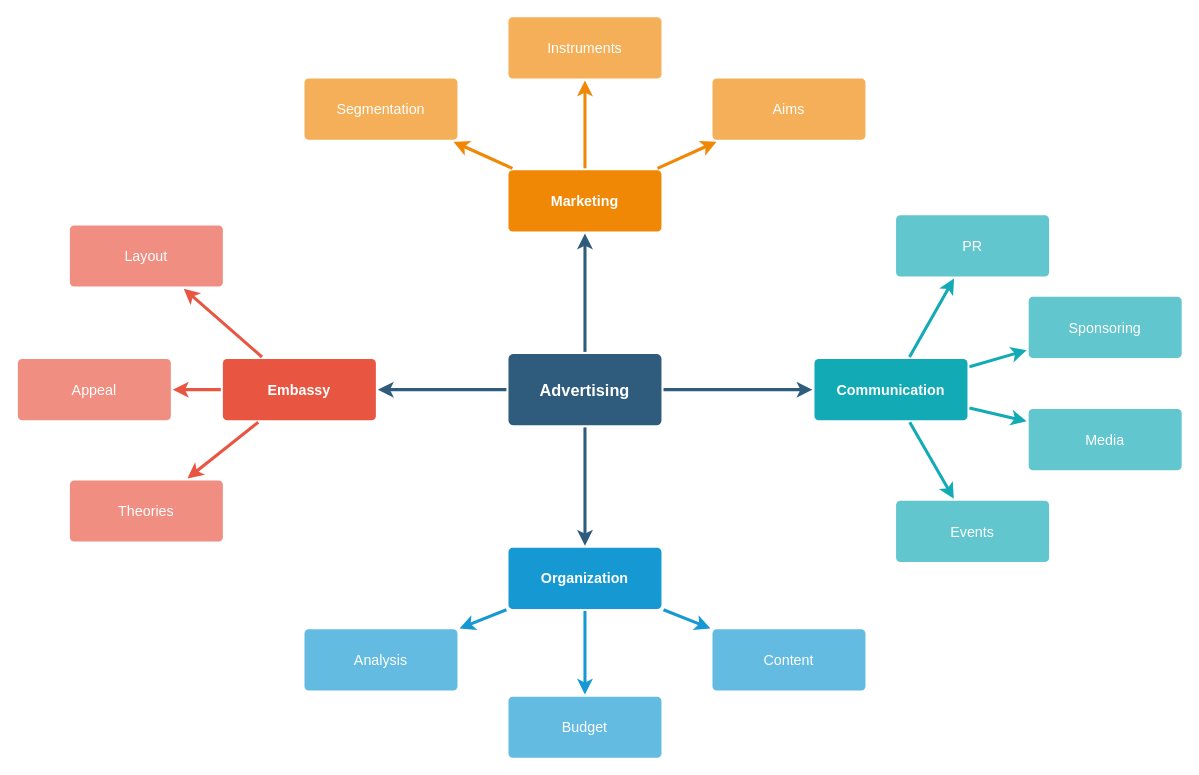
Above: Untitled Diagram.drawio in pornananMobil/Userservice-diagram (draw.io), before the change. Source tidied: cells renumbered, new cells numbered last; positions are measured from the earlier drawing's top-left corner, leaving out a move shared by most shapes. Both pictures are drawn from the tidied source at 102%, with x=0, y=0 at pixel (17, 16).
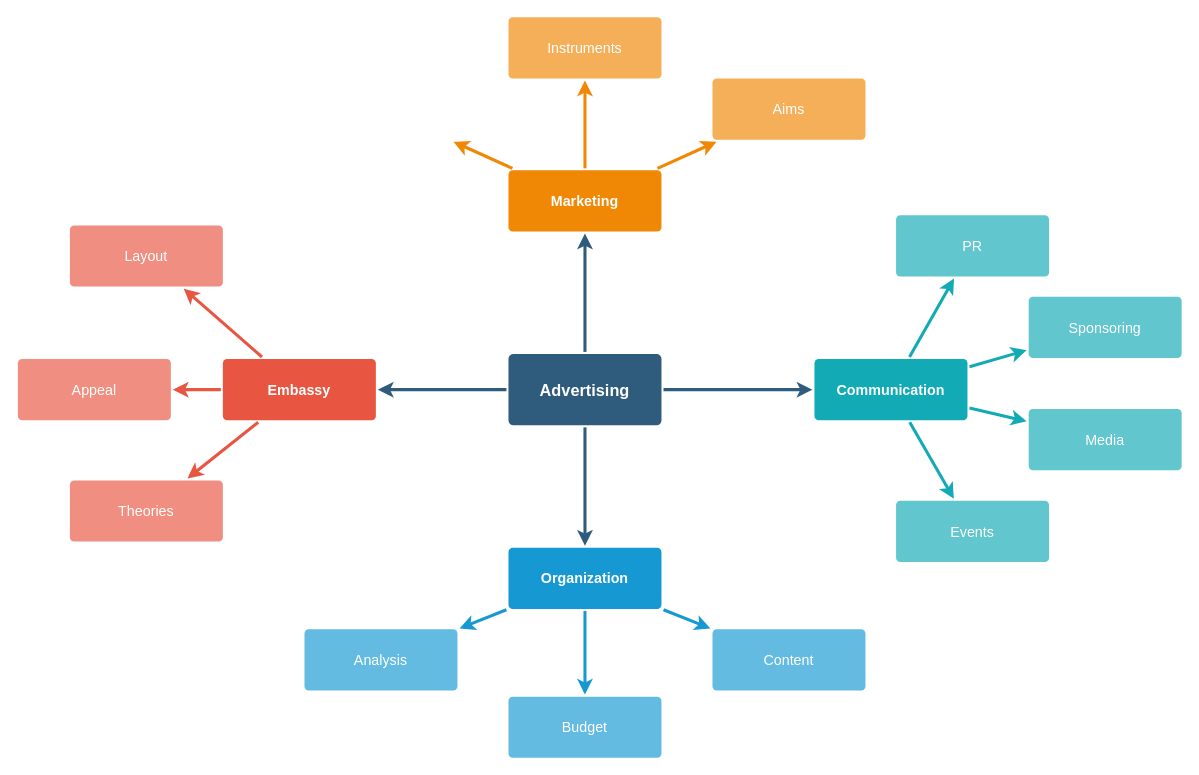
The same page after the edit.

The change refers to these unchanged cells:
```xml
<mxCell id="21" value="Marketing" style="rounded=1;whiteSpace=wrap;html=1;shadow=0;labelBackgroundColor=none;strokeColor=none;strokeWidth=3;fillColor=#F08705;fontFamily=Helvetica;fontSize=14;fontColor=#FFFFFF;align=center;spacing=5;fontStyle=1;arcSize=7;perimeterSpacing=2;" parent="1" vertex="1">
  <mxGeometry x="481" y="150.5" width="150" height="60" as="geometry" />
</mxCell>
```

What changed in the source:
```diff
@@
-    <mxCell id="26" value="Segmentation" style="rounded=1;whiteSpace=wrap;html=1;shadow=0;labelBackgroundColor=none;strokeColor=none;strokeWidth=3;fillColor=#f5af58;fontFamily=Helvetica;fontSize=14;fontColor=#FFFFFF;align=center;spacing=5;arcSize=7;perimeterSpacing=2;" parent="1" vertex="1">
-      <mxGeometry x="281" y="60.5" width="150" height="60" as="geometry" />
-    </mxCell>
-    <mxCell id="27" style="edgeStyle=none;rounded=0;jumpStyle=none;html=1;shadow=0;labelBackgroundColor=none;startArrow=none;startFill=0;endArrow=classic;endFill=1;jettySize=auto;strokeColor=#F08705;strokeWidth=3;fontFamily=Helvetica;fontSize=14;fontColor=#FFFFFF;spacing=5;" parent="1" edge="1" source="21" target="26">
-      <mxGeometry relative="1" as="geometry" />
+    <mxCell id="27" style="edgeStyle=none;rounded=0;jumpStyle=none;html=1;shadow=0;labelBackgroundColor=none;startArrow=none;startFill=0;endArrow=classic;endFill=1;jettySize=auto;strokeColor=#F08705;strokeWidth=3;fontFamily=Helvetica;fontSize=14;fontColor=#FFFFFF;spacing=5;" parent="1" edge="1" source="21">
+      <mxGeometry relative="1" as="geometry">
+        <mxPoint x="427.1" y="122.5" as="targetPoint" />
+      </mxGeometry>
     </mxCell>
```
